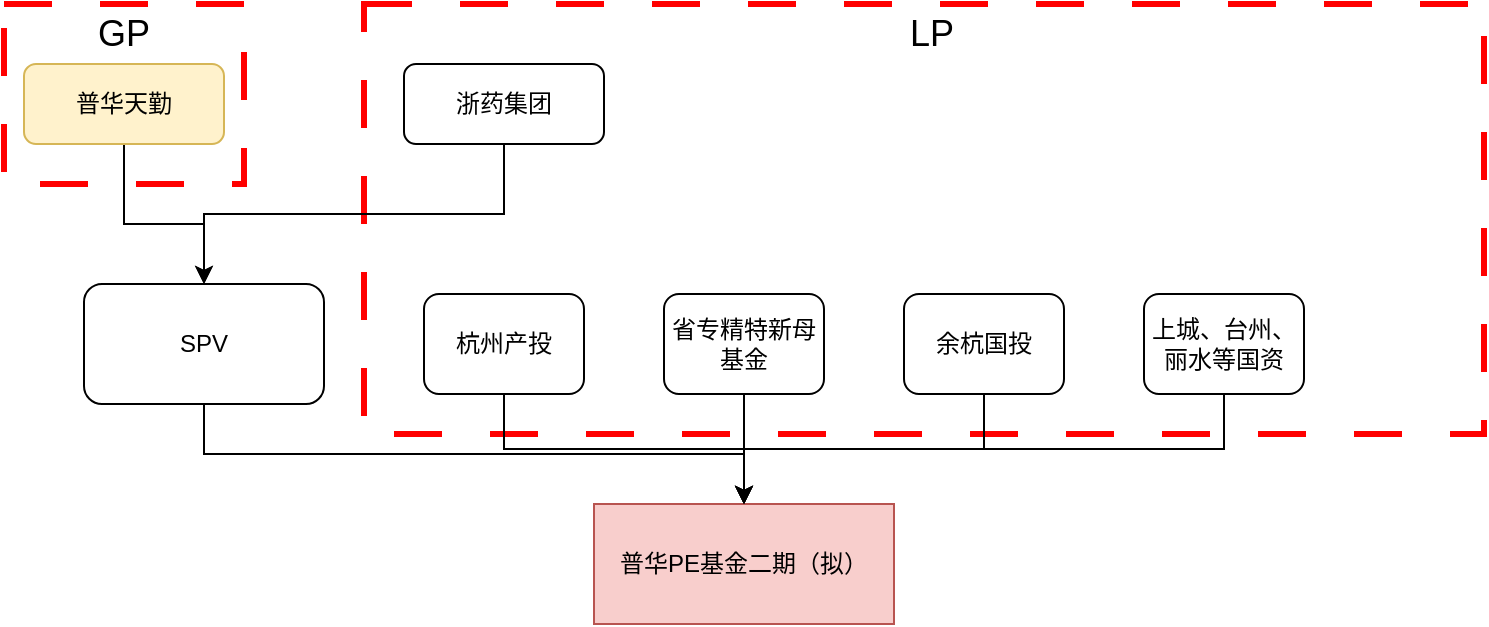
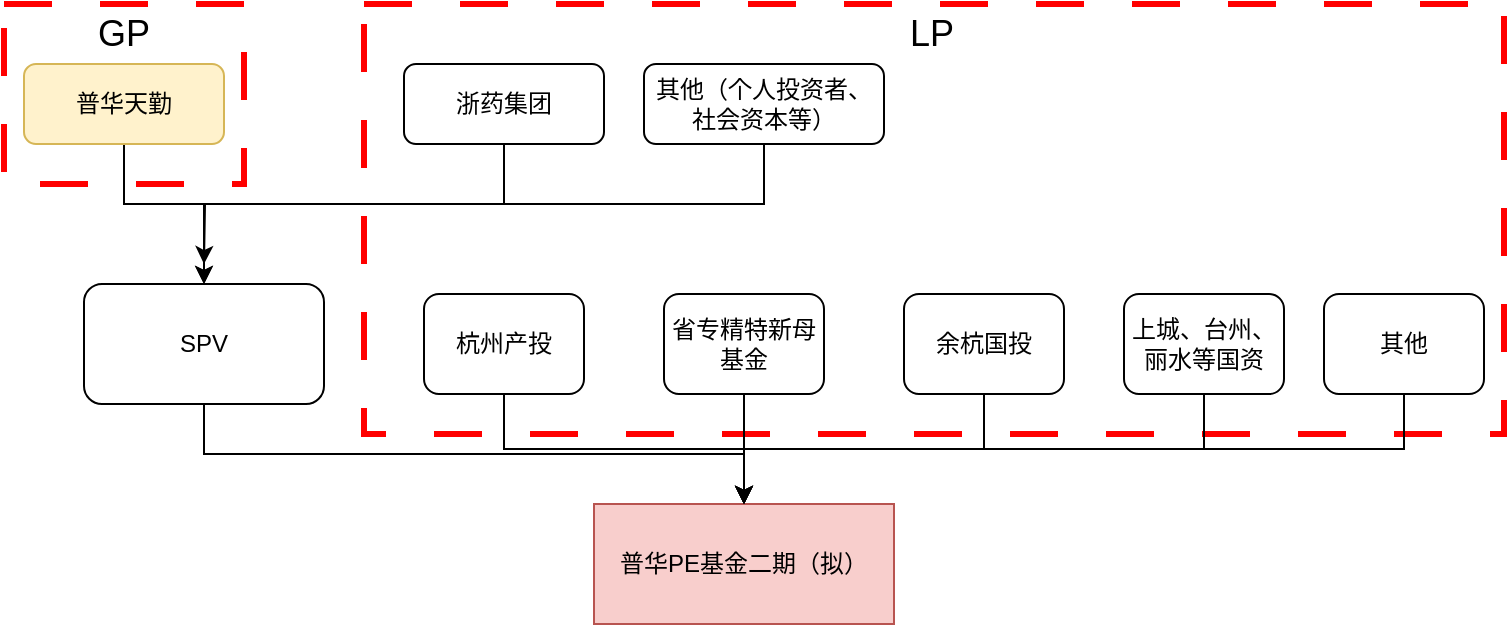
<mxfile host="app.diagrams.net">
  <diagram name="第 1 页" id="vSzaqKl99AmnVXAkMBch">
    <mxGraphModel dx="964" dy="544" grid="1" gridSize="10" guides="1" tooltips="1" connect="1" arrows="1" fold="1" page="1" pageScale="1" pageWidth="827" pageHeight="1169" math="0" shadow="0">
      <root>
        <mxCell id="0" />
        <mxCell id="1" parent="0" />
        <mxCell id="kHC86Wg_KiulxIVY_OA_-25" parent="1" style="rounded=0;whiteSpace=wrap;html=1;fillColor=none;dashed=1;dashPattern=8 8;strokeColor=#FF0000;strokeWidth=3;" value="" vertex="1">
          <mxGeometry height="90" width="120" x="30" y="20" as="geometry" />
        </mxCell>
        <mxCell id="kHC86Wg_KiulxIVY_OA_-26" parent="1" style="rounded=0;whiteSpace=wrap;html=1;fillColor=none;dashed=1;dashPattern=8 8;strokeColor=#FF0000;strokeWidth=3;" value="" vertex="1">
-           <mxGeometry height="215" width="560" x="210" y="20" as="geometry" />
+           <mxGeometry height="215" width="570" x="210" y="20" as="geometry" />
        </mxCell>
        <mxCell id="kHC86Wg_KiulxIVY_OA_-30" edge="1" parent="1" source="kHC86Wg_KiulxIVY_OA_-1" style="edgeStyle=orthogonalEdgeStyle;rounded=0;orthogonalLoop=1;jettySize=auto;html=1;exitX=0.5;exitY=1;exitDx=0;exitDy=0;entryX=0.5;entryY=0;entryDx=0;entryDy=0;" target="kHC86Wg_KiulxIVY_OA_-5">
          <mxGeometry relative="1" as="geometry" />
        </mxCell>
        <mxCell id="kHC86Wg_KiulxIVY_OA_-1" parent="1" style="rounded=1;whiteSpace=wrap;html=1;" value="SPV" vertex="1">
          <mxGeometry height="60" width="120" x="70" y="160" as="geometry" />
        </mxCell>
-         <mxCell id="kHC86Wg_KiulxIVY_OA_-9" edge="1" parent="1" source="kHC86Wg_KiulxIVY_OA_-2" style="edgeStyle=orthogonalEdgeStyle;rounded=0;orthogonalLoop=1;jettySize=auto;html=1;entryX=0.5;entryY=0;entryDx=0;entryDy=0;" target="kHC86Wg_KiulxIVY_OA_-1">
+         <mxCell id="fmcpgHuEquxP98MMi7LT-5" edge="1" parent="1" source="kHC86Wg_KiulxIVY_OA_-2" style="edgeStyle=orthogonalEdgeStyle;rounded=0;orthogonalLoop=1;jettySize=auto;html=1;exitX=0.5;exitY=1;exitDx=0;exitDy=0;">
          <mxGeometry relative="1" as="geometry">
-             <Array as="points">
-               <mxPoint x="90" y="130" />
-               <mxPoint x="130" y="130" />
-             </Array>
+             <mxPoint x="130" y="150" as="targetPoint" />
          </mxGeometry>
        </mxCell>
        <mxCell id="kHC86Wg_KiulxIVY_OA_-2" parent="1" style="rounded=1;whiteSpace=wrap;html=1;fillColor=#fff2cc;strokeColor=#d6b656;" value="普华天勤" vertex="1">
          <mxGeometry height="40" width="100" x="40" y="50" as="geometry" />
        </mxCell>
        <mxCell id="kHC86Wg_KiulxIVY_OA_-5" parent="1" style="rounded=0;whiteSpace=wrap;html=1;fillColor=#f8cecc;strokeColor=#b85450;" value="普华PE基金二期（拟）" vertex="1">
          <mxGeometry height="60" width="150" x="325" y="270" as="geometry" />
        </mxCell>
-         <mxCell id="kHC86Wg_KiulxIVY_OA_-28" edge="1" parent="1" source="kHC86Wg_KiulxIVY_OA_-8" style="edgeStyle=orthogonalEdgeStyle;rounded=0;orthogonalLoop=1;jettySize=auto;html=1;exitX=0.5;exitY=1;exitDx=0;exitDy=0;entryX=0.5;entryY=0;entryDx=0;entryDy=0;" target="kHC86Wg_KiulxIVY_OA_-1">
-           <mxGeometry relative="1" as="geometry" />
+         <mxCell id="fmcpgHuEquxP98MMi7LT-4" edge="1" parent="1" source="kHC86Wg_KiulxIVY_OA_-8" style="edgeStyle=orthogonalEdgeStyle;rounded=0;orthogonalLoop=1;jettySize=auto;html=1;entryX=0.5;entryY=0;entryDx=0;entryDy=0;" target="kHC86Wg_KiulxIVY_OA_-1">
+           <mxGeometry relative="1" as="geometry">
+             <Array as="points">
+               <mxPoint x="280" y="120" />
+               <mxPoint x="130" y="120" />
+             </Array>
+           </mxGeometry>
        </mxCell>
        <mxCell id="kHC86Wg_KiulxIVY_OA_-8" parent="1" style="rounded=1;whiteSpace=wrap;html=1;" value="浙药集团" vertex="1">
          <mxGeometry height="40" width="100" x="230" y="50" as="geometry" />
        </mxCell>
        <mxCell id="kHC86Wg_KiulxIVY_OA_-10" parent="1" style="text;html=1;whiteSpace=wrap;strokeColor=none;fillColor=none;align=center;verticalAlign=middle;rounded=0;" value="&lt;font style=&quot;font-size: 18px;&quot;&gt;GP&lt;/font&gt;" vertex="1">
          <mxGeometry height="30" width="60" x="60" y="20" as="geometry" />
        </mxCell>
        <mxCell id="kHC86Wg_KiulxIVY_OA_-21" edge="1" parent="1" source="kHC86Wg_KiulxIVY_OA_-13" style="edgeStyle=orthogonalEdgeStyle;rounded=0;orthogonalLoop=1;jettySize=auto;html=1;exitX=0.5;exitY=1;exitDx=0;exitDy=0;entryX=0.5;entryY=0;entryDx=0;entryDy=0;" target="kHC86Wg_KiulxIVY_OA_-5">
          <mxGeometry relative="1" as="geometry" />
        </mxCell>
        <mxCell id="kHC86Wg_KiulxIVY_OA_-13" parent="1" style="rounded=1;whiteSpace=wrap;html=1;" value="杭州产投" vertex="1">
          <mxGeometry height="50" width="80" x="240" y="165" as="geometry" />
        </mxCell>
        <mxCell id="kHC86Wg_KiulxIVY_OA_-22" edge="1" parent="1" source="kHC86Wg_KiulxIVY_OA_-15" style="edgeStyle=orthogonalEdgeStyle;rounded=0;orthogonalLoop=1;jettySize=auto;html=1;exitX=0.5;exitY=1;exitDx=0;exitDy=0;entryX=0.5;entryY=0;entryDx=0;entryDy=0;" target="kHC86Wg_KiulxIVY_OA_-5">
          <mxGeometry relative="1" as="geometry" />
        </mxCell>
        <mxCell id="kHC86Wg_KiulxIVY_OA_-15" parent="1" style="rounded=1;whiteSpace=wrap;html=1;" value="省专精特新母基金" vertex="1">
          <mxGeometry height="50" width="80" x="360" y="165" as="geometry" />
        </mxCell>
        <mxCell id="kHC86Wg_KiulxIVY_OA_-23" edge="1" parent="1" source="kHC86Wg_KiulxIVY_OA_-17" style="edgeStyle=orthogonalEdgeStyle;rounded=0;orthogonalLoop=1;jettySize=auto;html=1;exitX=0.5;exitY=1;exitDx=0;exitDy=0;entryX=0.5;entryY=0;entryDx=0;entryDy=0;" target="kHC86Wg_KiulxIVY_OA_-5">
          <mxGeometry relative="1" as="geometry" />
        </mxCell>
        <mxCell id="kHC86Wg_KiulxIVY_OA_-17" parent="1" style="rounded=1;whiteSpace=wrap;html=1;" value="余杭国投" vertex="1">
          <mxGeometry height="50" width="80" x="480" y="165" as="geometry" />
        </mxCell>
        <mxCell id="kHC86Wg_KiulxIVY_OA_-24" edge="1" parent="1" source="kHC86Wg_KiulxIVY_OA_-18" style="edgeStyle=orthogonalEdgeStyle;rounded=0;orthogonalLoop=1;jettySize=auto;html=1;exitX=0.5;exitY=1;exitDx=0;exitDy=0;entryX=0.5;entryY=0;entryDx=0;entryDy=0;" target="kHC86Wg_KiulxIVY_OA_-5">
          <mxGeometry relative="1" as="geometry" />
        </mxCell>
        <mxCell id="kHC86Wg_KiulxIVY_OA_-18" parent="1" style="rounded=1;whiteSpace=wrap;html=1;" value="上城、台州、丽水等国资" vertex="1">
-           <mxGeometry height="50" width="80" x="600" y="165" as="geometry" />
+           <mxGeometry height="50" width="80" x="590" y="165" as="geometry" />
        </mxCell>
        <mxCell id="kHC86Wg_KiulxIVY_OA_-29" parent="1" style="text;html=1;whiteSpace=wrap;strokeColor=none;fillColor=none;align=center;verticalAlign=middle;rounded=0;fontSize=18;" value="LP" vertex="1">
          <mxGeometry height="30" width="60" x="464" y="20" as="geometry" />
+         </mxCell>
+         <mxCell id="fmcpgHuEquxP98MMi7LT-3" edge="1" parent="1" source="fmcpgHuEquxP98MMi7LT-1" style="edgeStyle=orthogonalEdgeStyle;rounded=0;orthogonalLoop=1;jettySize=auto;html=1;" target="kHC86Wg_KiulxIVY_OA_-1">
+           <mxGeometry relative="1" as="geometry">
+             <Array as="points">
+               <mxPoint x="410" y="120" />
+               <mxPoint x="130" y="120" />
+             </Array>
+           </mxGeometry>
+         </mxCell>
+         <mxCell id="fmcpgHuEquxP98MMi7LT-1" parent="1" style="rounded=1;whiteSpace=wrap;html=1;" value="其他（个人投资者、社会资本等）" vertex="1">
+           <mxGeometry height="40" width="120" x="350" y="50" as="geometry" />
+         </mxCell>
+         <mxCell id="fmcpgHuEquxP98MMi7LT-7" edge="1" parent="1" source="fmcpgHuEquxP98MMi7LT-6" style="edgeStyle=orthogonalEdgeStyle;rounded=0;orthogonalLoop=1;jettySize=auto;html=1;exitX=0.5;exitY=1;exitDx=0;exitDy=0;entryX=0.5;entryY=0;entryDx=0;entryDy=0;" target="kHC86Wg_KiulxIVY_OA_-5">
+           <mxGeometry relative="1" as="geometry" />
+         </mxCell>
+         <mxCell id="fmcpgHuEquxP98MMi7LT-6" parent="1" style="rounded=1;whiteSpace=wrap;html=1;" value="其他" vertex="1">
+           <mxGeometry height="50" width="80" x="690" y="165" as="geometry" />
        </mxCell>
      </root>
    </mxGraphModel>
  </diagram>
</mxfile>
